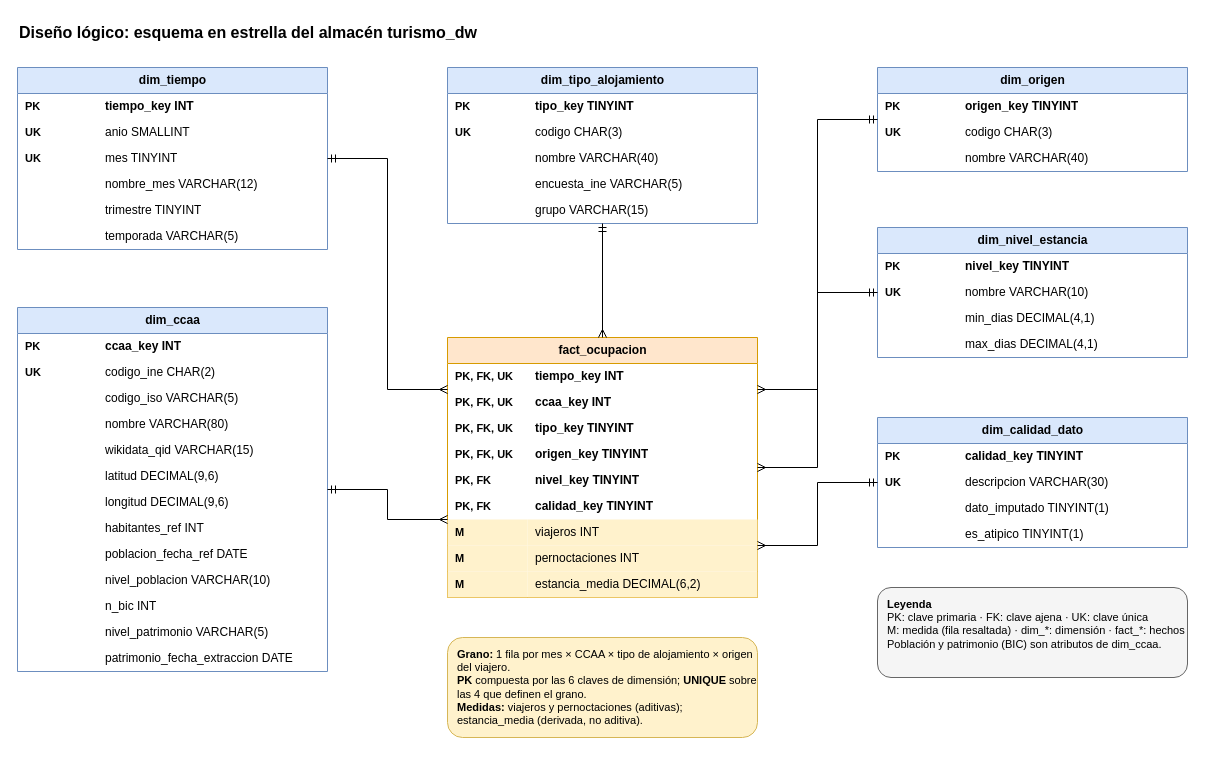
Earlier version of the draw.io diagram docs/diseno_logico.drawio (Ismael-Escribano/apd_practica). Source tidied: cells renumbered, new cells numbered last; positions are measured from the earlier drawing's top-left corner, leaving out a move shared by most shapes. Both pictures are drawn from the tidied source at 100%, with x=0, y=0 at pixel (17, 17).
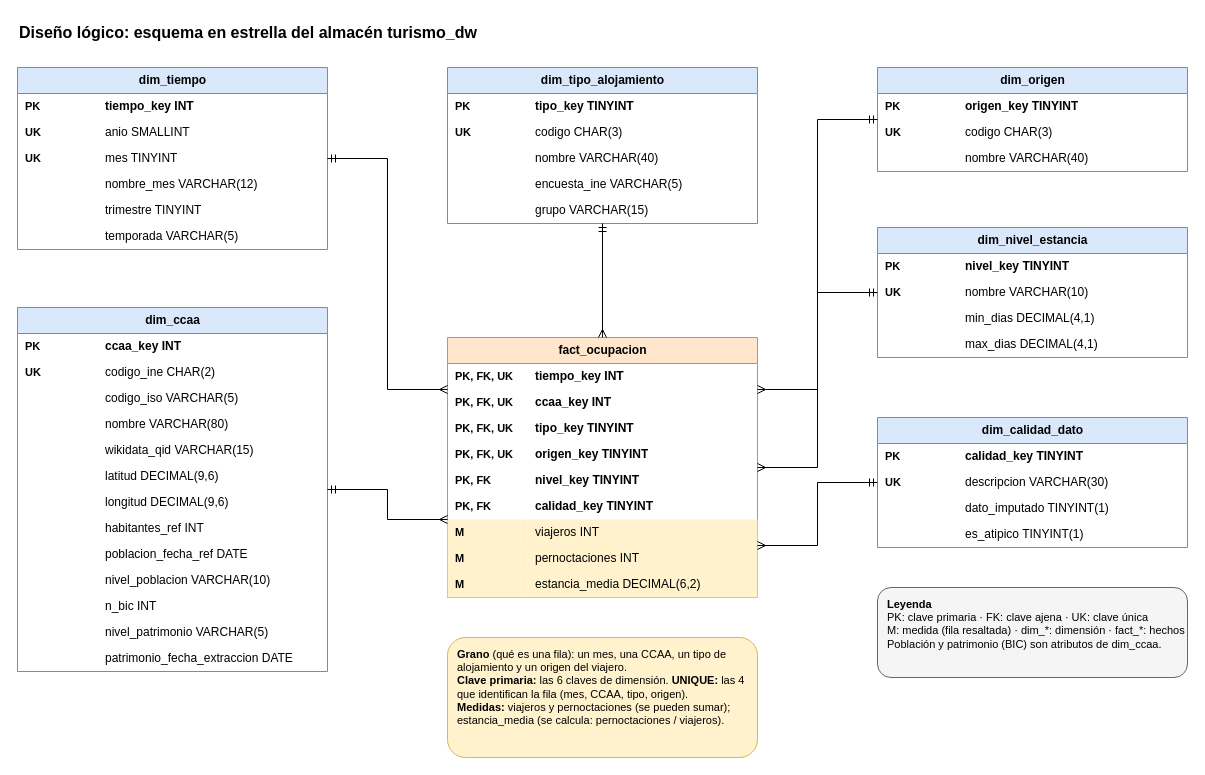
After the change.

What changed in the source:
```diff
@@
-    <mxCell id="104" value="&lt;b&gt;Grano:&lt;/b&gt; 1 fila por mes × CCAA × tipo de alojamiento × origen del viajero.&lt;br&gt;&lt;b&gt;PK&lt;/b&gt; compuesta por las 6 claves de dimensión; &lt;b&gt;UNIQUE&lt;/b&gt; sobre las 4 que definen el grano.&lt;br&gt;&lt;b&gt;Medidas:&lt;/b&gt; viajeros y pernoctaciones (aditivas); estancia_media (derivada, no aditiva)." style="rounded=1;whiteSpace=wrap;html=1;align=left;verticalAlign=top;spacingLeft=8;spacingTop=4;fillColor=#fff2cc;strokeColor=#d6b656;fontSize=11;" parent="1" vertex="1">
-      <mxGeometry x="430" y="620" width="310" height="100" as="geometry" />
+    <mxCell id="104" value="&lt;b&gt;Grano&lt;/b&gt; (qué es una fila): un mes, una CCAA, un tipo de alojamiento y un origen del viajero.&lt;br&gt;&lt;b&gt;Clave primaria:&lt;/b&gt; las 6 claves de dimensión. &lt;b&gt;UNIQUE:&lt;/b&gt; las 4 que identifican la fila (mes, CCAA, tipo, origen).&lt;br&gt;&lt;b&gt;Medidas:&lt;/b&gt; viajeros y pernoctaciones (se pueden sumar); estancia_media (se calcula: pernoctaciones / viajeros)." style="rounded=1;whiteSpace=wrap;html=1;align=left;verticalAlign=top;spacingLeft=8;spacingTop=4;fillColor=#fff2cc;strokeColor=#d6b656;fontSize=11;" parent="1" vertex="1">
+      <mxGeometry x="430" y="620" width="310" height="120" as="geometry" />
     </mxCell>
```
